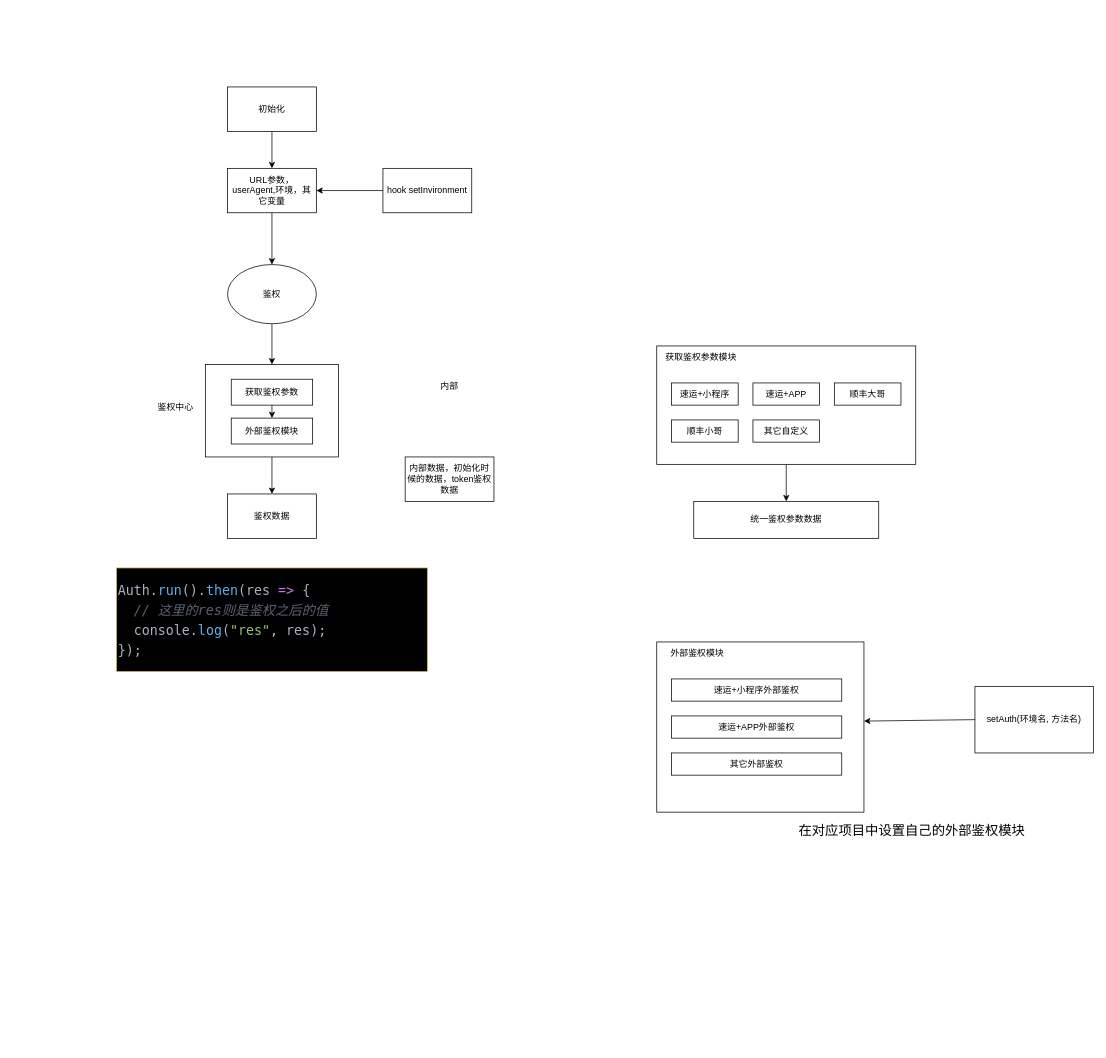
This is page "第 16 页" (16 of 16) of Untitled Diagram.drawio from wujinzhe/course, a draw.io file, before an edit. Source tidied: cells renumbered, new cells numbered last; positions are measured from the earlier drawing's top-left corner, leaving out a move shared by most shapes. Both pictures are drawn from the tidied source at 74%, with x=0, y=0 at pixel (116, 87).
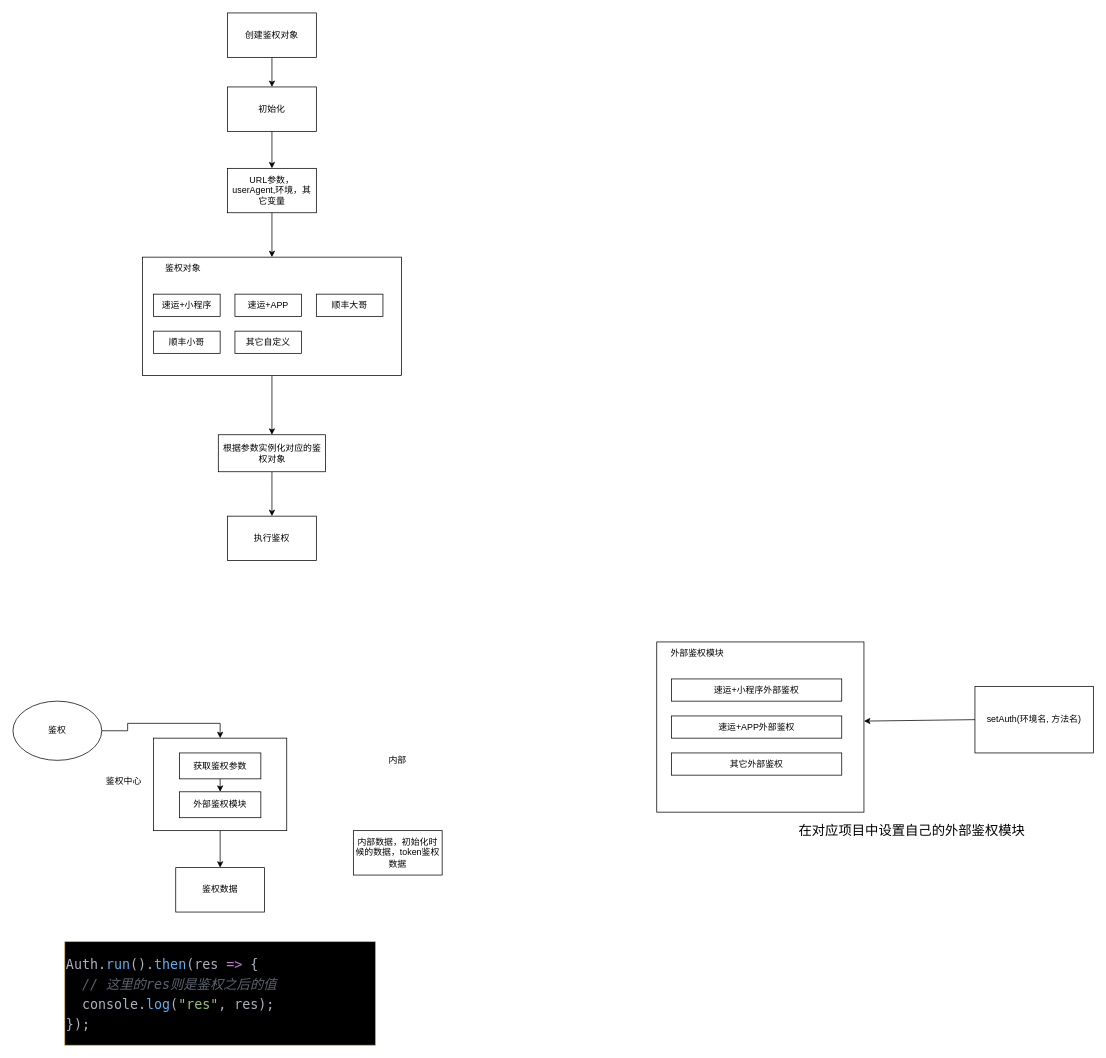
After the change.

Unchanged cells that the change refers to:
```xml
<mxCell id="32" value="初始化" style="rounded=0;whiteSpace=wrap;html=1;labelBackgroundColor=none;strokeColor=default;fontSize=12;fillColor=none;" parent="1" vertex="1">
  <mxGeometry x="150" width="120" height="60" as="geometry" />
</mxCell>
<mxCell id="34" value="URL参数，userAgent,环境，其它变量" style="rounded=0;whiteSpace=wrap;html=1;labelBackgroundColor=none;strokeColor=default;fontSize=12;fillColor=none;" parent="1" vertex="1">
  <mxGeometry x="150" y="110" width="120" height="60" as="geometry" />
</mxCell>
```

What changed in the source:
```diff
@@
     <mxCell id="3" style="rounded=0;whiteSpace=wrap;html=1;" parent="1" vertex="1">
-      <mxGeometry x="120" y="375" width="180" height="125" as="geometry" />
+      <mxGeometry x="50" y="880" width="180" height="125" as="geometry" />
     </mxCell>
@@
     <mxCell id="5" value="鉴权" style="ellipse;whiteSpace=wrap;html=1;" parent="1" vertex="1">
-      <mxGeometry x="150" y="240" width="120" height="80" as="geometry" />
+      <mxGeometry x="-140" y="830" width="120" height="80" as="geometry" />
     </mxCell>
     <mxCell id="6" value="鉴权中心" style="text;html=1;strokeColor=none;fillColor=none;align=center;verticalAlign=middle;whiteSpace=wrap;rounded=0;" parent="1" vertex="1">
-      <mxGeometry x="50" y="417.5" width="60" height="30" as="geometry" />
+      <mxGeometry x="-20" y="922.5" width="60" height="30" as="geometry" />
     </mxCell>
-    <mxCell id="7" style="edgeStyle=orthogonalEdgeStyle;rounded=0;jettySize=auto;html=1;" parent="1" edge="1" source="8" target="15">
-      <mxGeometry relative="1" as="geometry" />
-    </mxCell>
+    <mxCell id="37" style="edgeStyle=orthogonalEdgeStyle;rounded=0;jettySize=auto;html=1;" parent="1" edge="1" source="8" target="42">
+      <mxGeometry relative="1" as="geometry" />
+    </mxCell>
     <mxCell id="8" style="rounded=0;whiteSpace=wrap;html=1;" parent="1" vertex="1">
-      <mxGeometry x="730" y="350" width="350" height="160" as="geometry" />
+      <mxGeometry x="35" y="230" width="350" height="160" as="geometry" />
     </mxCell>
-    <mxCell id="9" value="获取鉴权参数模块" style="text;html=1;strokeColor=none;fillColor=none;align=center;verticalAlign=middle;whiteSpace=wrap;rounded=0;" parent="1" vertex="1">
-      <mxGeometry x="730" y="350" width="120" height="30" as="geometry" />
+    <mxCell id="9" value="鉴权对象" style="text;html=1;strokeColor=none;fillColor=none;align=center;verticalAlign=middle;whiteSpace=wrap;rounded=0;" parent="1" vertex="1">
+      <mxGeometry x="30" y="230" width="120" height="30" as="geometry" />
     </mxCell>
     <mxCell id="10" value="速运+小程序" style="rounded=0;whiteSpace=wrap;html=1;" parent="1" vertex="1">
-      <mxGeometry x="750" y="400" width="90" height="30" as="geometry" />
+      <mxGeometry x="50" y="280" width="90" height="30" as="geometry" />
     </mxCell>
     <mxCell id="11" value="速运+APP" style="rounded=0;whiteSpace=wrap;html=1;" parent="1" vertex="1">
-      <mxGeometry x="860" y="400" width="90" height="30" as="geometry" />
+      <mxGeometry x="160" y="280" width="90" height="30" as="geometry" />
     </mxCell>
     <mxCell id="12" value="顺丰大哥" style="rounded=0;whiteSpace=wrap;html=1;" parent="1" vertex="1">
-      <mxGeometry x="970" y="400" width="90" height="30" as="geometry" />
+      <mxGeometry x="270" y="280" width="90" height="30" as="geometry" />
     </mxCell>
     <mxCell id="13" value="顺丰小哥" style="rounded=0;whiteSpace=wrap;html=1;" parent="1" vertex="1">
-      <mxGeometry x="750" y="450" width="90" height="30" as="geometry" />
+      <mxGeometry x="50" y="330" width="90" height="30" as="geometry" />
     </mxCell>
     <mxCell id="14" value="其它自定义" style="rounded=0;whiteSpace=wrap;html=1;" parent="1" vertex="1">
-      <mxGeometry x="860" y="450" width="90" height="30" as="geometry" />
+      <mxGeometry x="160" y="330" width="90" height="30" as="geometry" />
     </mxCell>
-    <mxCell id="15" value="统一鉴权参数数据" style="rounded=0;whiteSpace=wrap;html=1;" parent="1" vertex="1">
-      <mxGeometry x="780" y="560" width="250" height="50" as="geometry" />
-    </mxCell>
@@
     <mxCell id="17" value="获取鉴权参数" style="rounded=0;whiteSpace=wrap;html=1;" parent="1" vertex="1">
-      <mxGeometry x="155" y="395" width="110" height="35" as="geometry" />
+      <mxGeometry x="85" y="900" width="110" height="35" as="geometry" />
     </mxCell>
@@
     <mxCell id="26" value="外部鉴权模块" style="rounded=0;whiteSpace=wrap;html=1;" parent="1" vertex="1">
-      <mxGeometry x="155" y="447.5" width="110" height="35" as="geometry" />
+      <mxGeometry x="85" y="952.5" width="110" height="35" as="geometry" />
     </mxCell>
     <mxCell id="27" value="鉴权数据" style="rounded=0;whiteSpace=wrap;html=1;" parent="1" vertex="1">
-      <mxGeometry x="150" y="550" width="120" height="60" as="geometry" />
+      <mxGeometry x="80" y="1055" width="120" height="60" as="geometry" />
     </mxCell>
     <mxCell id="28" value="&lt;div style=&quot;color: rgb(171, 178, 191); font-family: Menlo, Monaco, &amp;quot;Courier New&amp;quot;, monospace; line-height: 27px;&quot;&gt;&lt;div style=&quot;&quot;&gt;&lt;span style=&quot;&quot;&gt;Auth.&lt;span style=&quot;color: rgb(97, 175, 239);&quot;&gt;run&lt;/span&gt;().&lt;span style=&quot;color: rgb(97, 175, 239);&quot;&gt;then&lt;/span&gt;(res &lt;span style=&quot;color: rgb(198, 120, 221);&quot;&gt;=&amp;gt;&lt;/span&gt; {&lt;/span&gt;&lt;/div&gt;&lt;div style=&quot;&quot;&gt;  &lt;span style=&quot;color: rgb(92, 99, 112); font-style: italic;&quot;&gt;&amp;nbsp; // 这里的res则是鉴权之后的值&lt;/span&gt;&lt;/div&gt;&lt;div style=&quot;&quot;&gt;&lt;span style=&quot;&quot;&gt;&amp;nbsp; console.&lt;span style=&quot;color: #61afef;&quot;&gt;log&lt;/span&gt;(&lt;span style=&quot;color: #98c379;&quot;&gt;&quot;res&quot;&lt;/span&gt;, res);&lt;/span&gt;&lt;/div&gt;&lt;div style=&quot;&quot;&gt;&lt;span style=&quot;&quot;&gt;});&lt;/span&gt;&lt;/div&gt;&lt;/div&gt;" style="text;html=1;align=left;verticalAlign=middle;whiteSpace=wrap;rounded=0;fontSize=18;labelBackgroundColor=#000000;fillColor=#000000;strokeColor=#d6b656;" parent="1" vertex="1">
-      <mxGeometry y="650" width="420" height="140" as="geometry" />
+      <mxGeometry x="-70" y="1155" width="420" height="140" as="geometry" />
     </mxCell>
     <mxCell id="29" value="&lt;font style=&quot;font-size: 12px;&quot;&gt;内部&lt;/font&gt;" style="text;html=1;strokeColor=none;fillColor=none;align=center;verticalAlign=middle;whiteSpace=wrap;rounded=0;labelBackgroundColor=none;fontSize=18;" parent="1" vertex="1">
-      <mxGeometry x="420" y="387.5" width="60" height="30" as="geometry" />
+      <mxGeometry x="350" y="892.5" width="60" height="30" as="geometry" />
     </mxCell>
     <mxCell id="30" value="内部数据，初始化时候的数据，token鉴权数据" style="rounded=0;whiteSpace=wrap;html=1;labelBackgroundColor=none;strokeColor=default;fontSize=12;fillColor=none;" parent="1" vertex="1">
-      <mxGeometry x="390" y="500" width="120" height="60" as="geometry" />
+      <mxGeometry x="320" y="1005" width="120" height="60" as="geometry" />
     </mxCell>
@@
-    <mxCell id="33" style="edgeStyle=orthogonalEdgeStyle;rounded=0;jettySize=auto;html=1;exitX=0.5;exitY=1;exitDx=0;exitDy=0;entryX=0.5;entryY=0;entryDx=0;entryDy=0;fontSize=12;" parent="1" edge="1" source="34" target="5">
-      <mxGeometry relative="1" as="geometry" />
-    </mxCell>
+    <mxCell id="38" style="edgeStyle=orthogonalEdgeStyle;rounded=0;jettySize=auto;html=1;exitX=0.5;exitY=1;exitDx=0;exitDy=0;entryX=0.5;entryY=0;entryDx=0;entryDy=0;" parent="1" edge="1" source="34" target="8">
+      <mxGeometry relative="1" as="geometry" />
+    </mxCell>
@@
-    <mxCell id="35" style="edgeStyle=orthogonalEdgeStyle;rounded=0;jettySize=auto;html=1;entryX=1;entryY=0.5;entryDx=0;entryDy=0;" parent="1" edge="1" source="36" target="34">
-      <mxGeometry relative="1" as="geometry" />
-    </mxCell>
-    <mxCell id="36" value="hook setInvironment" style="rounded=0;whiteSpace=wrap;html=1;" parent="1" vertex="1">
-      <mxGeometry x="360" y="110" width="120" height="60" as="geometry" />
-    </mxCell>
+    <mxCell id="39" style="edgeStyle=orthogonalEdgeStyle;rounded=0;jettySize=auto;html=1;exitX=0.5;exitY=1;exitDx=0;exitDy=0;entryX=0.5;entryY=0;entryDx=0;entryDy=0;" parent="1" edge="1" source="40" target="32">
+      <mxGeometry relative="1" as="geometry" />
+    </mxCell>
+    <mxCell id="40" value="创建鉴权对象" style="rounded=0;whiteSpace=wrap;html=1;" parent="1" vertex="1">
+      <mxGeometry x="150" y="-100" width="120" height="60" as="geometry" />
+    </mxCell>
+    <mxCell id="41" style="edgeStyle=orthogonalEdgeStyle;rounded=0;jettySize=auto;html=1;exitX=0.5;exitY=1;exitDx=0;exitDy=0;" parent="1" edge="1" source="42">
+      <mxGeometry relative="1" as="geometry">
+        <mxPoint x="210" y="580" as="targetPoint" />
+      </mxGeometry>
+    </mxCell>
+    <mxCell id="42" value="根据参数实例化对应的鉴权对象" style="rounded=0;whiteSpace=wrap;html=1;" parent="1" vertex="1">
+      <mxGeometry x="137.5" y="470" width="145" height="50" as="geometry" />
+    </mxCell>
+    <mxCell id="43" value="执行鉴权" style="rounded=0;whiteSpace=wrap;html=1;" parent="1" vertex="1">
+      <mxGeometry x="150" y="580" width="120" height="60" as="geometry" />
+    </mxCell>
```
